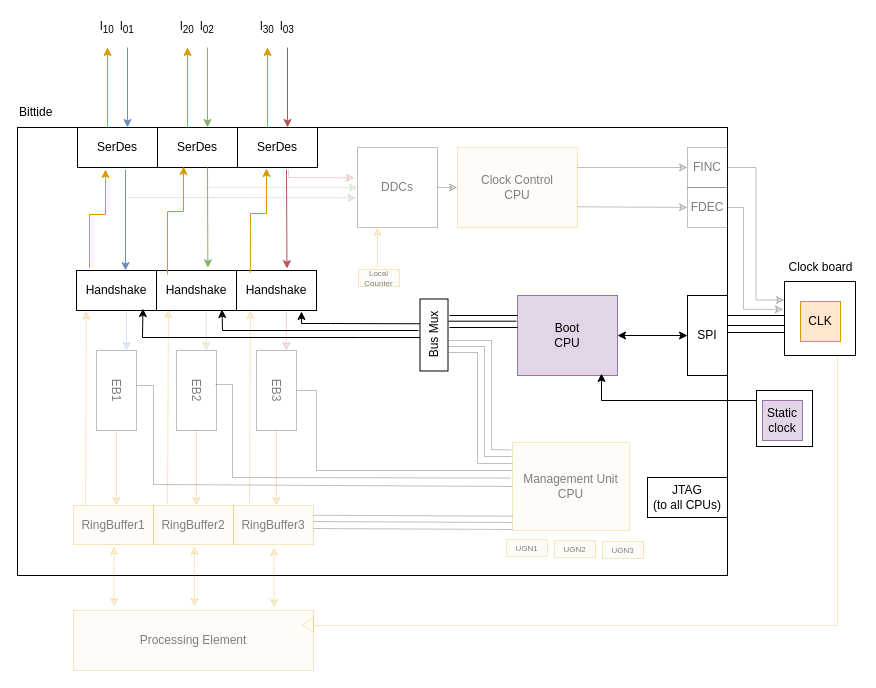
Before: docs/diagrams/bittide-boot-diagram.drawio in bittide/bittide-hardware, a draw.io diagram. Source tidied: cells renumbered, new cells numbered last; positions are measured from the earlier drawing's top-left corner, leaving out a move shared by most shapes. Both pictures are drawn from the tidied source at 100%, with x=0, y=0 at pixel (17, 17).
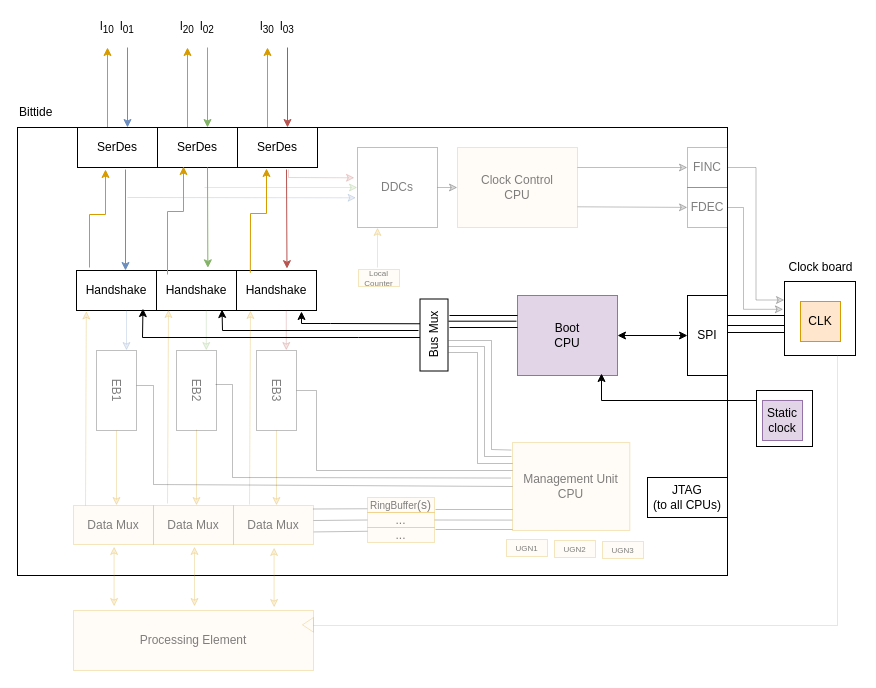
The same diagram, later.

The change refers to these unchanged cells:
```xml
<mxCell id="60" value="&lt;div&gt;Management Unit&lt;/div&gt;&lt;div&gt;CPU&lt;/div&gt;" style="rounded=0;whiteSpace=wrap;html=1;fillColor=#ffe6cc;strokeColor=#d79b00;fillOpacity=15;strokeOpacity=25;textOpacity=50;" parent="1" vertex="1">
  <mxGeometry x="495" y="425" width="117.3" height="88" as="geometry" />
</mxCell>
```

What changed in the source:
```diff
@@
-    <mxCell id="53" value="RingBuffer1" style="rounded=0;whiteSpace=wrap;html=1;fillColor=#ffe6cc;strokeColor=#d79b00;fillOpacity=15;strokeOpacity=25;arcSize=12;textOpacity=50;" parent="1" vertex="1">
+    <mxCell id="53" value="Data Mux" style="rounded=0;whiteSpace=wrap;html=1;fillColor=#ffe6cc;strokeColor=#d79b00;fillOpacity=15;strokeOpacity=25;arcSize=12;textOpacity=50;" parent="1" vertex="1">
       <mxGeometry x="56" y="488" width="80" height="39" as="geometry" />
     </mxCell>
@@
-    <mxCell id="55" value="RingBuffer2" style="rounded=0;whiteSpace=wrap;html=1;fillColor=#ffe6cc;strokeColor=#d79b00;fillOpacity=15;strokeOpacity=25;arcSize=12;textOpacity=50;" parent="1" vertex="1">
+    <mxCell id="55" value="Data Mux" style="rounded=0;whiteSpace=wrap;html=1;fillColor=#ffe6cc;strokeColor=#d79b00;fillOpacity=15;strokeOpacity=25;arcSize=12;textOpacity=50;" parent="1" vertex="1">
       <mxGeometry x="136" y="488" width="80" height="39" as="geometry" />
     </mxCell>
-    <mxCell id="56" value="RingBuffer3" style="rounded=0;whiteSpace=wrap;html=1;fillColor=#ffe6cc;strokeColor=#d79b00;fillOpacity=15;strokeOpacity=25;arcSize=12;textOpacity=50;" parent="1" vertex="1">
+    <mxCell id="56" value="Data Mux" style="rounded=0;whiteSpace=wrap;html=1;fillColor=#ffe6cc;strokeColor=#d79b00;fillOpacity=15;strokeOpacity=25;arcSize=12;textOpacity=50;" parent="1" vertex="1">
       <mxGeometry x="216" y="488" width="80" height="39" as="geometry" />
     </mxCell>
@@
-    <mxCell id="89" style="endArrow=none;html=1;rounded=0;exitX=1;exitY=0.25;exitDx=0;exitDy=0;entryX=0.003;entryY=0.837;entryDx=0;entryDy=0;entryPerimeter=0;fillOpacity=15;strokeOpacity=25;" parent="1" edge="1" source="56" target="60">
+    <mxCell id="89" style="endArrow=none;html=1;rounded=0;exitX=0.993;exitY=0.09;exitDx=0;exitDy=0;entryX=0;entryY=0.75;entryDx=0;entryDy=0;fillOpacity=15;strokeOpacity=25;exitPerimeter=0;" parent="1" edge="1" source="56" target="97">
       <mxGeometry relative="1" as="geometry" />
     </mxCell>
-    <mxCell id="90" style="endArrow=none;html=1;rounded=0;exitX=1;exitY=0.25;exitDx=0;exitDy=0;entryX=0.003;entryY=0.837;entryDx=0;entryDy=0;entryPerimeter=0;fillOpacity=15;strokeOpacity=25;" parent="1" edge="1">
+    <mxCell id="90" style="endArrow=none;html=1;rounded=0;exitX=1;exitY=0.5;exitDx=0;exitDy=0;entryX=-0.002;entryY=0.848;entryDx=0;entryDy=0;entryPerimeter=0;fillOpacity=15;strokeOpacity=25;" parent="1" edge="1" source="99">
       <mxGeometry relative="1" as="geometry">
-        <mxPoint x="296" y="504" as="sourcePoint" />
-        <mxPoint x="495" y="505" as="targetPoint" />
+        <mxPoint x="494.8" y="502.6" as="targetPoint" />
       </mxGeometry>
     </mxCell>
-    <mxCell id="91" style="endArrow=none;html=1;rounded=0;exitX=1;exitY=0.25;exitDx=0;exitDy=0;entryX=0.003;entryY=0.837;entryDx=0;entryDy=0;entryPerimeter=0;fillOpacity=15;strokeOpacity=25;" parent="1" edge="1">
+    <mxCell id="91" style="endArrow=none;html=1;rounded=0;entryX=0.003;entryY=0.837;entryDx=0;entryDy=0;entryPerimeter=0;fillOpacity=15;strokeOpacity=25;" parent="1" edge="1">
       <mxGeometry relative="1" as="geometry">
-        <mxPoint x="296" y="511" as="sourcePoint" />
+        <mxPoint x="418" y="512" as="sourcePoint" />
         <mxPoint x="495" y="512" as="targetPoint" />
       </mxGeometry>
     </mxCell>
@@
+    <mxCell id="97" value="&lt;font style=&quot;font-size: 10px;&quot;&gt;RingBuffer&lt;/font&gt;(s)" style="rounded=0;whiteSpace=wrap;html=1;fillColor=#ffe6cc;strokeColor=#d79b00;fillOpacity=15;strokeOpacity=25;arcSize=12;textOpacity=50;" parent="1" vertex="1">
+      <mxGeometry x="350" y="480" width="67" height="15" as="geometry" />
+    </mxCell>
+    <mxCell id="98" style="endArrow=none;html=1;rounded=0;entryX=0;entryY=0.5;entryDx=0;entryDy=0;fillOpacity=15;strokeOpacity=25;" parent="1" edge="1" target="99">
+      <mxGeometry relative="1" as="geometry">
+        <mxPoint x="296" y="503" as="sourcePoint" />
+      </mxGeometry>
+    </mxCell>
+    <mxCell id="99" value="..." style="rounded=0;whiteSpace=wrap;html=1;fillColor=#ffe6cc;strokeColor=#d79b00;fillOpacity=15;strokeOpacity=25;arcSize=12;textOpacity=50;" parent="1" vertex="1">
+      <mxGeometry x="350" y="495" width="67" height="15" as="geometry" />
+    </mxCell>
+    <mxCell id="100" value="..." style="rounded=0;whiteSpace=wrap;html=1;fillColor=#ffe6cc;strokeColor=#d79b00;fillOpacity=15;strokeOpacity=25;arcSize=12;textOpacity=50;" parent="1" vertex="1">
+      <mxGeometry x="350" y="510" width="67" height="15" as="geometry" />
+    </mxCell>
+    <mxCell id="101" style="endArrow=none;html=1;rounded=0;fillOpacity=15;strokeOpacity=25;exitX=1.002;exitY=0.678;exitDx=0;exitDy=0;exitPerimeter=0;entryX=0;entryY=0.25;entryDx=0;entryDy=0;" parent="1" edge="1" source="56" target="100">
+      <mxGeometry relative="1" as="geometry" />
+    </mxCell>
+    <mxCell id="102" style="endArrow=none;html=1;rounded=0;entryX=0.003;entryY=0.837;entryDx=0;entryDy=0;entryPerimeter=0;fillOpacity=15;strokeOpacity=25;" parent="1" edge="1">
+      <mxGeometry relative="1" as="geometry">
+        <mxPoint x="418" y="492" as="sourcePoint" />
+        <mxPoint x="495" y="492" as="targetPoint" />
+      </mxGeometry>
+    </mxCell>
```
